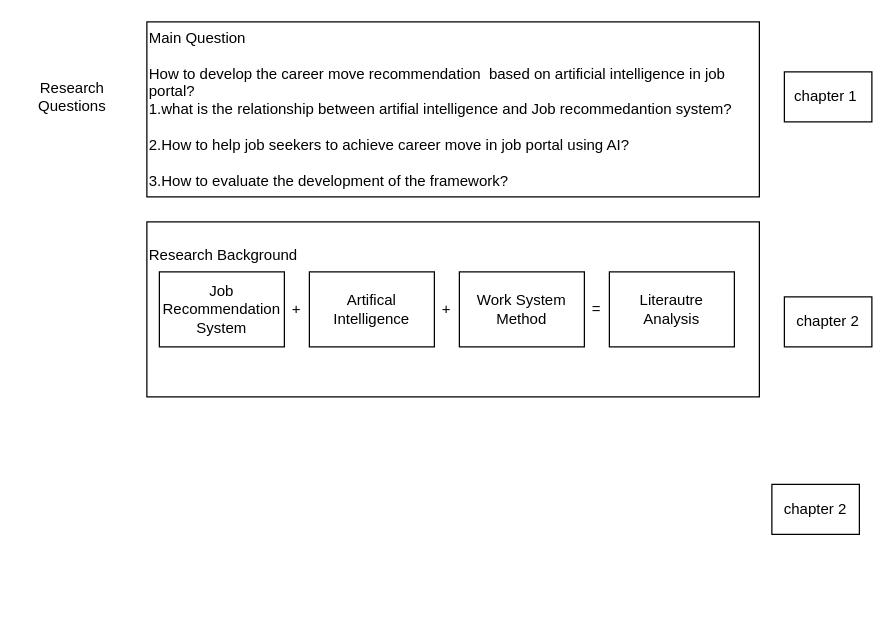
This is 0216.drawio from johnzhouz/jrs, a draw.io file, before an edit. Source tidied: cells renumbered, new cells numbered last; positions are measured from the earlier drawing's top-left corner, leaving out a move shared by most shapes. Both pictures are drawn from the tidied source at 125%, with x=0, y=0 at pixel (21, 21).
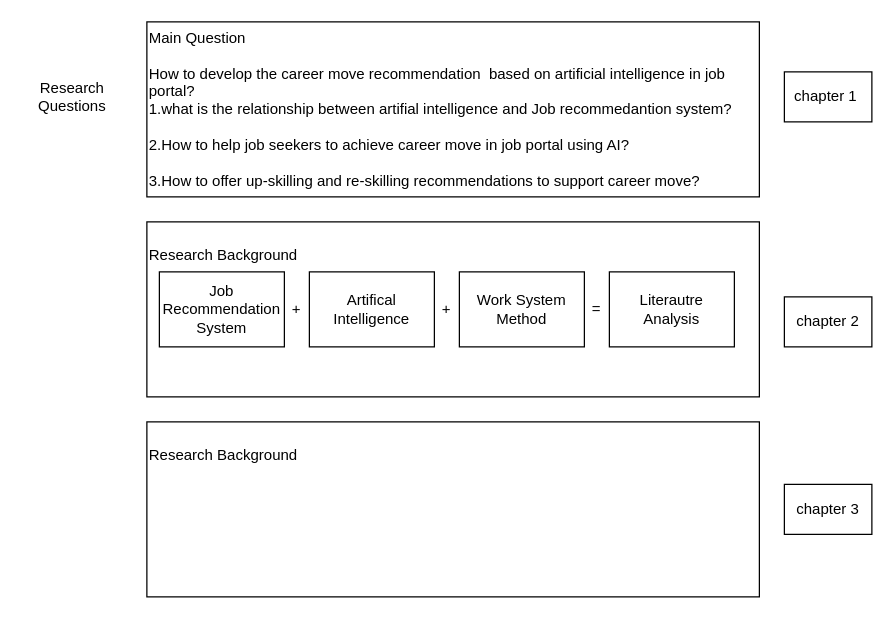
After the change.

Diff of the diagram source:
```diff
@@
 <mxGraphModel>
   <root>
     <mxCell id="0" />
     <mxCell id="1" parent="0" />
-    <mxCell id="2" value="Main Question&lt;br&gt;&lt;br&gt;How to develop the career move recommendation&amp;nbsp; based on&amp;nbsp;artificial intelligence in job portal?&amp;nbsp;&lt;br&gt;1.what is the relationship between artifial intelligence and Job recommedantion system?&lt;br&gt;&lt;br&gt;2.How to help job seekers to achieve career move in job portal using AI?&lt;br&gt;&lt;br&gt;3.How to evaluate the development of the framework?" style="rounded=0;whiteSpace=wrap;html=1;align=left;" parent="1" vertex="1">
+    <mxCell id="2" value="Main Question&lt;br&gt;&lt;br&gt;How to develop the career move recommendation&amp;nbsp; based on&amp;nbsp;artificial intelligence in job portal?&amp;nbsp;&lt;br&gt;1.what is the relationship between artifial intelligence and Job recommedantion system?&lt;br&gt;&lt;br&gt;2.How to help job seekers to achieve career move in job portal using AI?&lt;br&gt;&lt;br&gt;3.How to offer up-skilling and re-skilling recommendations to support career move?" style="rounded=0;whiteSpace=wrap;html=1;align=left;" parent="1" vertex="1">
       <mxGeometry x="100" width="490" height="140" as="geometry" />
     </mxCell>
     <mxCell id="3" value="Research&lt;br&gt;Questions" style="text;html=1;align=center;verticalAlign=middle;strokeColor=none;fillColor=none;" parent="1" vertex="1">
       <mxGeometry y="40" width="80" height="40" as="geometry" />
     </mxCell>
     <mxCell id="4" value="chapter 1&lt;font lang=&quot;zh-CN&quot; translate=&quot;no&quot; class=&quot;notranslate immersive-translate-target-wrapper&quot;&gt;&amp;nbsp;&lt;/font&gt;" style="rounded=0;whiteSpace=wrap;html=1;" parent="1" vertex="1">
       <mxGeometry x="610" y="40" width="70" height="40" as="geometry" />
     </mxCell>
     <mxCell id="5" value="chapter 2" style="rounded=0;whiteSpace=wrap;html=1;" parent="1" vertex="1">
       <mxGeometry x="610" y="220" width="70" height="40" as="geometry" />
     </mxCell>
     <mxCell id="6" value="Research Background&lt;br&gt;&lt;br&gt;&lt;br&gt;&lt;br&gt;&lt;br&gt;&lt;br&gt;&lt;br&gt;" style="rounded=0;whiteSpace=wrap;html=1;align=left;" parent="1" vertex="1">
       <mxGeometry x="100" y="160" width="490" height="140" as="geometry" />
     </mxCell>
-    <mxCell id="7" value="chapter 2" style="rounded=0;whiteSpace=wrap;html=1;" parent="1" vertex="1">
-      <mxGeometry x="600" y="370" width="70" height="40" as="geometry" />
+    <mxCell id="7" value="chapter 3" style="rounded=0;whiteSpace=wrap;html=1;" parent="1" vertex="1">
+      <mxGeometry x="610" y="370" width="70" height="40" as="geometry" />
     </mxCell>
     <mxCell id="8" value="Job Recommendation System" style="rounded=0;whiteSpace=wrap;html=1;" parent="1" vertex="1">
       <mxGeometry x="110" y="200" width="100" height="60" as="geometry" />
     </mxCell>
     <mxCell id="9" value="Artifical Intelligence" style="rounded=0;whiteSpace=wrap;html=1;" parent="1" vertex="1">
       <mxGeometry x="230" y="200" width="100" height="60" as="geometry" />
     </mxCell>
     <mxCell id="10" value="+" style="text;strokeColor=none;align=center;fillColor=none;html=1;verticalAlign=middle;whiteSpace=wrap;rounded=0;" parent="1" vertex="1">
       <mxGeometry x="210" y="215" width="20" height="30" as="geometry" />
     </mxCell>
     <mxCell id="11" value="Work System Method" style="rounded=0;whiteSpace=wrap;html=1;" parent="1" vertex="1">
       <mxGeometry x="350" y="200" width="100" height="60" as="geometry" />
     </mxCell>
     <mxCell id="12" value="+" style="text;strokeColor=none;align=center;fillColor=none;html=1;verticalAlign=middle;whiteSpace=wrap;rounded=0;" parent="1" vertex="1">
       <mxGeometry x="330" y="215" width="20" height="30" as="geometry" />
     </mxCell>
     <mxCell id="13" value="=" style="text;strokeColor=none;align=center;fillColor=none;html=1;verticalAlign=middle;whiteSpace=wrap;rounded=0;" parent="1" vertex="1">
       <mxGeometry x="450" y="215" width="20" height="30" as="geometry" />
     </mxCell>
     <mxCell id="14" value="Literautre Analysis" style="rounded=0;whiteSpace=wrap;html=1;" parent="1" vertex="1">
       <mxGeometry x="470" y="200" width="100" height="60" as="geometry" />
     </mxCell>
+    <mxCell id="15" value="Research Background&lt;br&gt;&lt;br&gt;&lt;br&gt;&lt;br&gt;&lt;br&gt;&lt;br&gt;&lt;br&gt;" style="rounded=0;whiteSpace=wrap;html=1;align=left;" parent="1" vertex="1">
+      <mxGeometry x="100" y="320" width="490" height="140" as="geometry" />
+    </mxCell>
   </root>
 </mxGraphModel>
```
